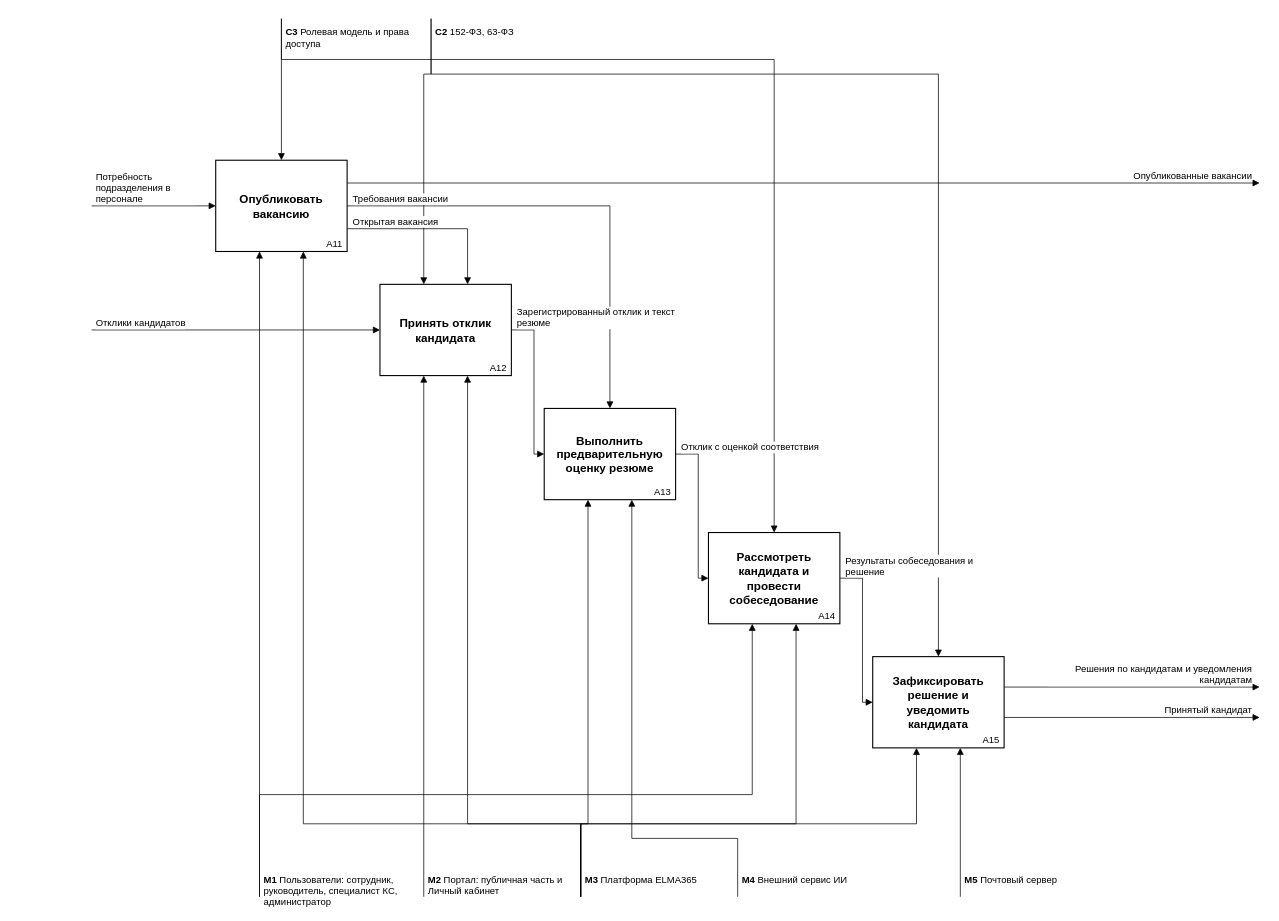
akkixx04/doc_management keeps this draw.io diagram as docs/диаграммы/drawio/1.3_IDEF0_A1_Детализация_Подбирать_персонал.drawio. Above is the earlier version. Source tidied: cells renumbered, new cells numbered last; positions are measured from the earlier drawing's top-left corner, leaving out a move shared by most shapes. Both pictures are drawn from the tidied source at 73%, with x=0, y=0 at pixel (91, 18).
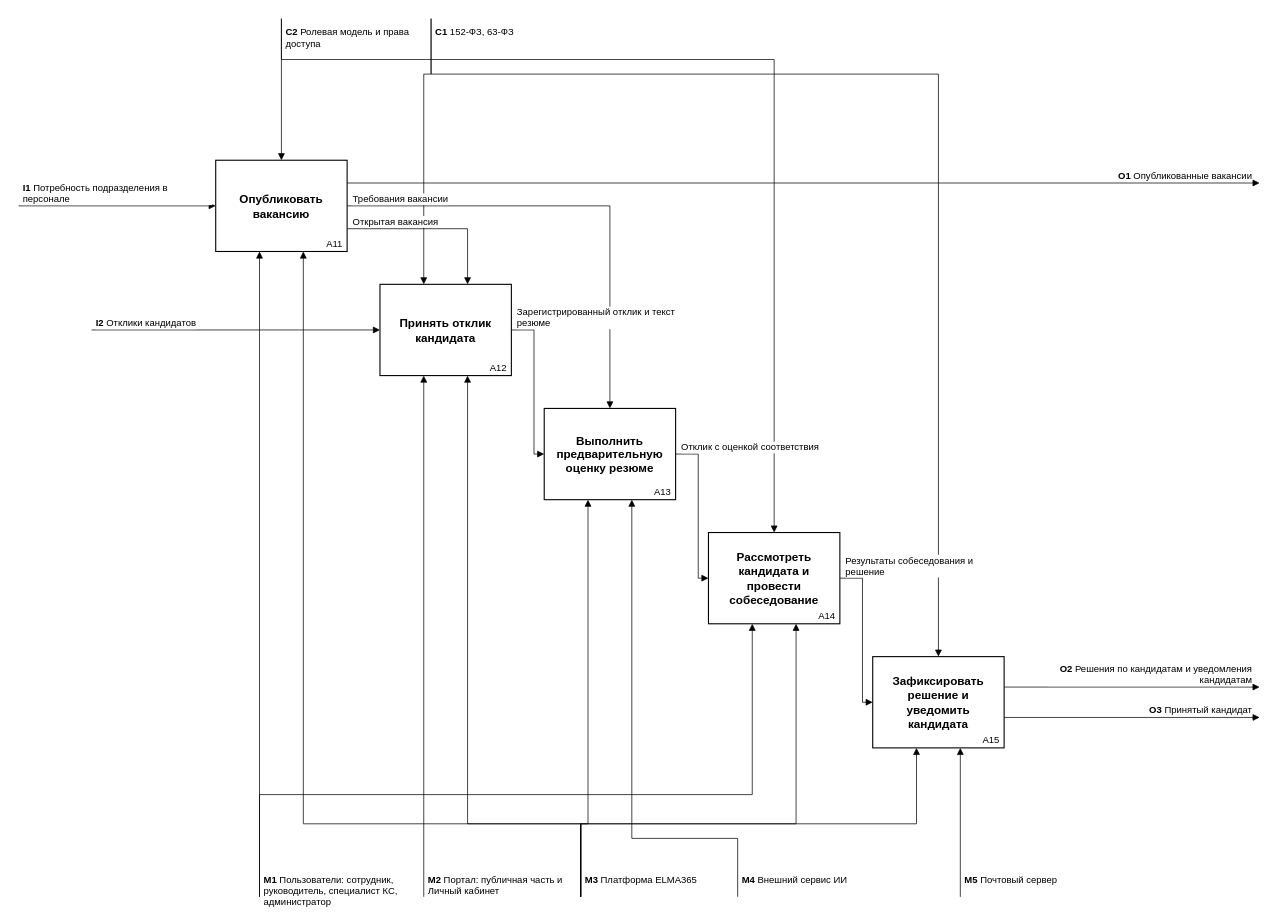
After the change.

Unchanged cells that the change refers to:
```xml
<mxCell id="26" value="&lt;b&gt;Опубликовать вакансию&lt;/b&gt;" style="rounded=0;whiteSpace=wrap;html=1;strokeWidth=1.5;fillColor=#ffffff;strokeColor=#000000;fontColor=#000000;fontFamily=Helvetica;fontSize=16;spacingLeft=6;spacingRight=6;" parent="1" vertex="1">
  <mxGeometry x="170" y="194" width="180" height="125" as="geometry" />
</mxCell>
```

The edit, as a diff of the source:
```diff
@@
     <mxCell id="2" style="edgeStyle=none;html=1;rounded=0;endArrow=block;endFill=1;endSize=7;strokeColor=#000000;strokeWidth=1;fontColor=#000000;fontFamily=Helvetica;entryX=0.0000;entryY=0.5000;entryDx=0;entryDy=0;entryPerimeter=0;fontSize=13;" parent="1" edge="1" target="26">
       <mxGeometry relative="1" as="geometry">
-        <mxPoint y="256.5" as="sourcePoint" />
+        <mxPoint x="-100" y="256.5" as="sourcePoint" />
       </mxGeometry>
     </mxCell>
@@
-    <mxCell id="36" value="Потребность подразделения в персонале" style="text;html=1;whiteSpace=wrap;align=left;verticalAlign=bottom;fontSize=13;spacing=0;labelBackgroundColor=#ffffff;spacingLeft=2;spacingRight=2;fontColor=#000000;fontFamily=Helvetica;" parent="1" vertex="1">
-      <mxGeometry x="4" y="225.5" width="140" height="30" as="geometry" />
+    <mxCell id="36" value="&lt;b&gt;I1&lt;/b&gt; Потребность подразделения в персонале" style="text;html=1;whiteSpace=wrap;align=left;verticalAlign=bottom;fontSize=13;spacing=0;labelBackgroundColor=#ffffff;spacingLeft=2;spacingRight=2;fontColor=#000000;fontFamily=Helvetica;" parent="1" vertex="1">
+      <mxGeometry x="-96" y="225.5" width="262" height="30" as="geometry" />
     </mxCell>
-    <mxCell id="37" value="Отклики кандидатов" style="text;html=1;whiteSpace=wrap;align=left;verticalAlign=bottom;fontSize=13;spacing=0;labelBackgroundColor=#ffffff;spacingLeft=2;spacingRight=2;fontColor=#000000;fontFamily=Helvetica;" parent="1" vertex="1">
+    <mxCell id="37" value="&lt;b&gt;I2&lt;/b&gt; Отклики кандидатов" style="text;html=1;whiteSpace=wrap;align=left;verticalAlign=bottom;fontSize=13;spacing=0;labelBackgroundColor=#ffffff;spacingLeft=2;spacingRight=2;fontColor=#000000;fontFamily=Helvetica;" parent="1" vertex="1">
       <mxGeometry x="4" y="395.5" width="320" height="30" as="geometry" />
     </mxCell>
-    <mxCell id="38" value="Опубликованные вакансии" style="text;html=1;whiteSpace=wrap;align=right;verticalAlign=bottom;fontSize=13;spacing=0;labelBackgroundColor=#ffffff;spacingLeft=2;spacingRight=2;fontColor=#000000;fontFamily=Helvetica;" parent="1" vertex="1">
+    <mxCell id="38" value="&lt;b&gt;O1&lt;/b&gt; Опубликованные вакансии" style="text;html=1;whiteSpace=wrap;align=right;verticalAlign=bottom;fontSize=13;spacing=0;labelBackgroundColor=#ffffff;spacingLeft=2;spacingRight=2;fontColor=#000000;fontFamily=Helvetica;" parent="1" vertex="1">
       <mxGeometry x="1310" y="190.2" width="282" height="34" as="geometry" />
     </mxCell>
@@
-    <mxCell id="44" value="Решения по кандидатам и уведомления кандидатам" style="text;html=1;whiteSpace=wrap;align=right;verticalAlign=bottom;fontSize=13;spacing=0;labelBackgroundColor=#ffffff;spacingLeft=2;spacingRight=2;fontColor=#000000;fontFamily=Helvetica;" parent="1" vertex="1">
+    <mxCell id="44" value="&lt;b&gt;O2&lt;/b&gt; Решения по кандидатам и уведомления кандидатам" style="text;html=1;whiteSpace=wrap;align=right;verticalAlign=bottom;fontSize=13;spacing=0;labelBackgroundColor=#ffffff;spacingLeft=2;spacingRight=2;fontColor=#000000;fontFamily=Helvetica;" parent="1" vertex="1">
       <mxGeometry x="1310" y="880.7" width="282" height="34" as="geometry" />
     </mxCell>
-    <mxCell id="45" value="Принятый кандидат" style="text;html=1;whiteSpace=wrap;align=right;verticalAlign=bottom;fontSize=13;spacing=0;labelBackgroundColor=#ffffff;spacingLeft=2;spacingRight=2;fontColor=#000000;fontFamily=Helvetica;" parent="1" vertex="1">
+    <mxCell id="45" value="&lt;b&gt;O3&lt;/b&gt; Принятый кандидат" style="text;html=1;whiteSpace=wrap;align=right;verticalAlign=bottom;fontSize=13;spacing=0;labelBackgroundColor=#ffffff;spacingLeft=2;spacingRight=2;fontColor=#000000;fontFamily=Helvetica;" parent="1" vertex="1">
       <mxGeometry x="1310" y="922.3" width="282" height="34" as="geometry" />
     </mxCell>
-    <mxCell id="46" value="&lt;b&gt;C3&lt;/b&gt; Ролевая модель и права доступа" style="text;html=1;whiteSpace=wrap;align=left;verticalAlign=top;fontSize=13;spacing=0;labelBackgroundColor=#ffffff;spacingLeft=2;spacingRight=2;fontColor=#000000;fontFamily=Helvetica;" parent="1" vertex="1">
+    <mxCell id="46" value="&lt;b&gt;C2&lt;/b&gt; Ролевая модель и права доступа" style="text;html=1;whiteSpace=wrap;align=left;verticalAlign=top;fontSize=13;spacing=0;labelBackgroundColor=#ffffff;spacingLeft=2;spacingRight=2;fontColor=#000000;fontFamily=Helvetica;" parent="1" vertex="1">
       <mxGeometry x="264" y="6" width="198" height="34" as="geometry" />
     </mxCell>
-    <mxCell id="47" value="&lt;b&gt;C2&lt;/b&gt; 152-ФЗ, 63-ФЗ" style="text;html=1;whiteSpace=wrap;align=left;verticalAlign=top;fontSize=13;spacing=0;labelBackgroundColor=#ffffff;spacingLeft=2;spacingRight=2;fontColor=#000000;fontFamily=Helvetica;" parent="1" vertex="1">
+    <mxCell id="47" value="&lt;b&gt;C1&lt;/b&gt; 152-ФЗ, 63-ФЗ" style="text;html=1;whiteSpace=wrap;align=left;verticalAlign=top;fontSize=13;spacing=0;labelBackgroundColor=#ffffff;spacingLeft=2;spacingRight=2;fontColor=#000000;fontFamily=Helvetica;" parent="1" vertex="1">
       <mxGeometry x="469" y="6" width="198" height="34" as="geometry" />
     </mxCell>
```
